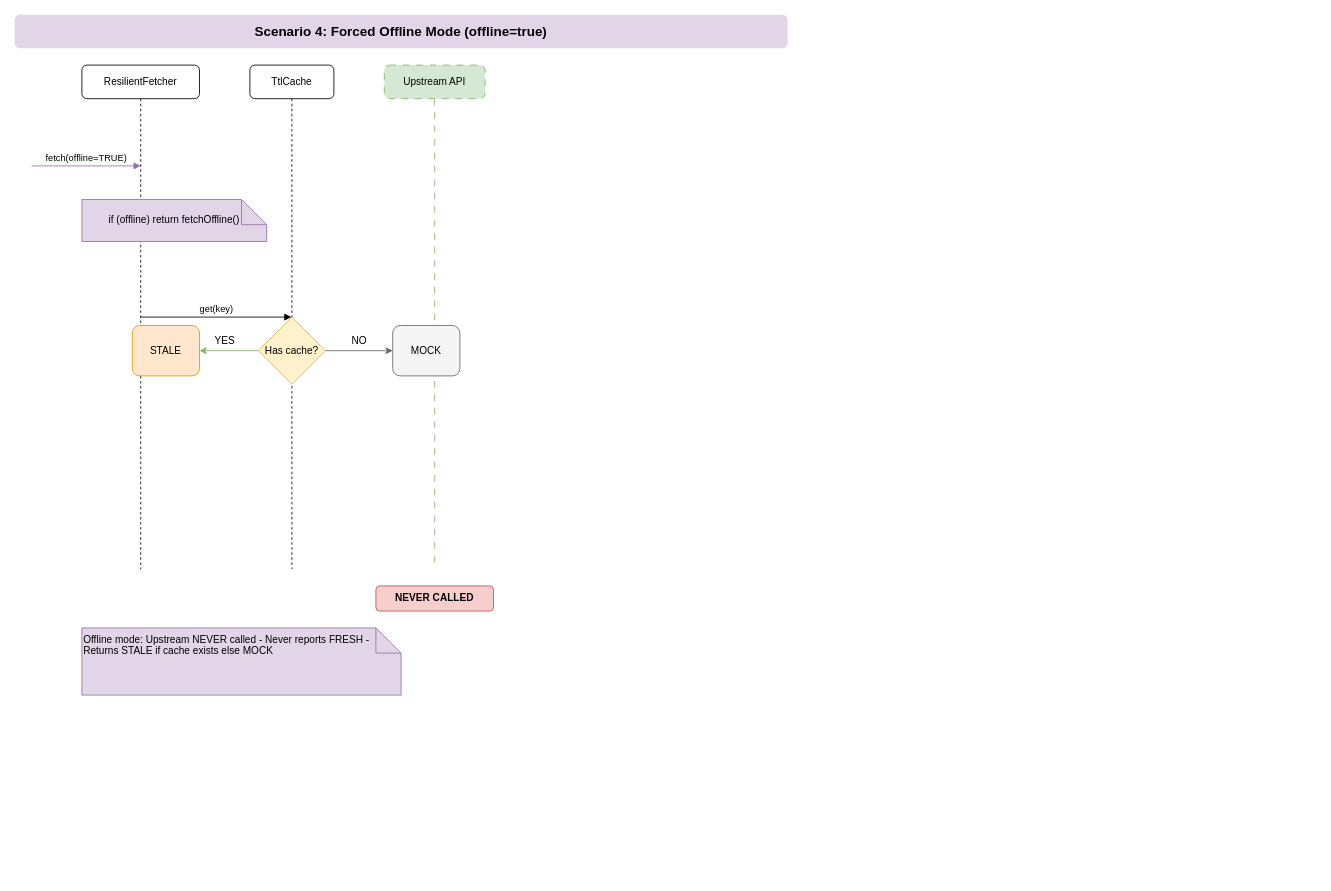
utk-mishra/Iss-tracker keeps this draw.io diagram as page "4-Upstream-Fails-MOCK" (4 of 6) of docs/sequence.drawio. Above is the earlier version. Source tidied: cells renumbered, new cells numbered last; positions are measured from the earlier drawing's top-left corner, leaving out a move shared by most shapes. Both pictures are drawn from the tidied source at 84%, with x=0, y=0 at pixel (14, 14).
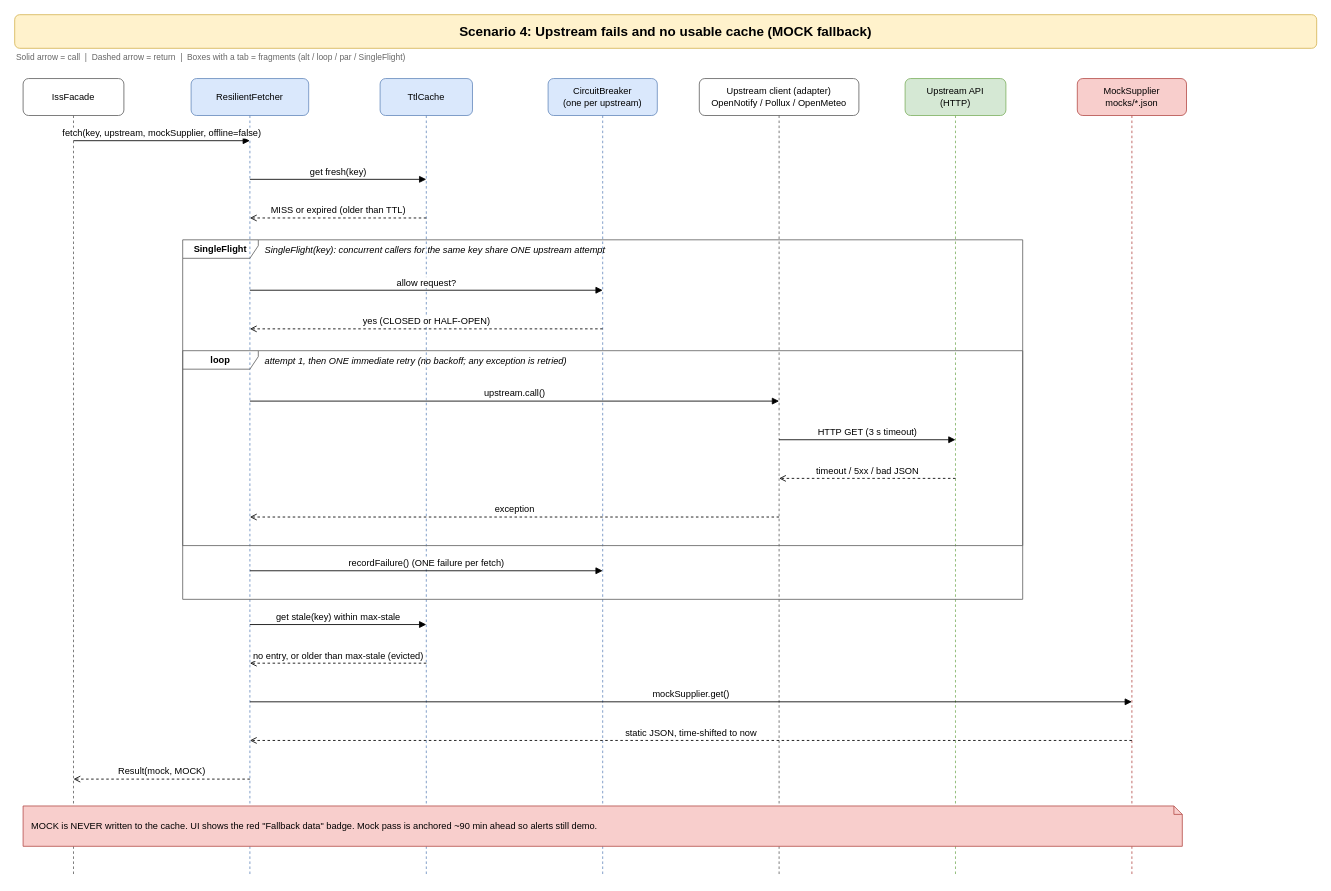
The same diagram, later.

What changed in the source:
```diff
@@
-    <mxCell id="2" value="Scenario 4: Forced Offline Mode (offline=true)" style="text;html=1;strokeColor=none;fillColor=#e1d5e7;align=center;verticalAlign=middle;whiteSpace=wrap;rounded=1;fontSize=16;fontStyle=1;" parent="1" vertex="1">
-      <mxGeometry width="920" height="40" as="geometry" />
-    </mxCell>
+    <mxCell id="18" value="Scenario 4: Upstream fails and no usable cache (MOCK fallback)" style="text;html=1;strokeColor=#d6b656;fillColor=#fff2cc;align=center;verticalAlign=middle;whiteSpace=wrap;rounded=1;fontSize=16;fontStyle=1;" parent="1" vertex="1">
+      <mxGeometry width="1550" height="40" as="geometry" />
+    </mxCell>
+    <mxCell id="19" value="Solid arrow = call &amp;nbsp;|&amp;nbsp; Dashed arrow = return &amp;nbsp;|&amp;nbsp; Boxes with a tab = fragments (alt / loop / par / SingleFlight)" style="text;html=1;align=left;verticalAlign=middle;fontSize=10;fontColor=#666666;" parent="1" vertex="1">
+      <mxGeometry y="42" width="1550" height="18" as="geometry" />
+    </mxCell>
+    <mxCell id="20" value="IssFacade" style="shape=umlLifeline;perimeter=lifelinePerimeter;whiteSpace=wrap;html=1;rounded=1;fontSize=11;size=44;fillColor=#ffffff;strokeColor=#666666;" parent="1" vertex="1">
+      <mxGeometry x="10" y="76" width="120" height="950" as="geometry" />
+    </mxCell>
-    <mxCell id="3" value="ResilientFetcher" style="shape=umlLifeline;perimeter=lifelinePerimeter;whiteSpace=wrap;html=1;outlineConnect=0;rounded=1;" parent="1" vertex="1">
-      <mxGeometry x="80" y="60" width="140" height="600" as="geometry" />
+    <mxCell id="3" value="ResilientFetcher" style="shape=umlLifeline;perimeter=lifelinePerimeter;whiteSpace=wrap;html=1;outlineConnect=0;rounded=1;fontSize=11;size=44;fillColor=#dae8fc;strokeColor=#6c8ebf;" parent="1" vertex="1">
+      <mxGeometry x="210" y="76" width="140" height="950" as="geometry" />
     </mxCell>
-    <mxCell id="4" value="TtlCache" style="shape=umlLifeline;perimeter=lifelinePerimeter;whiteSpace=wrap;html=1;outlineConnect=0;rounded=1;" parent="1" vertex="1">
-      <mxGeometry x="280" y="60" width="100" height="600" as="geometry" />
+    <mxCell id="4" value="TtlCache" style="shape=umlLifeline;perimeter=lifelinePerimeter;whiteSpace=wrap;html=1;outlineConnect=0;rounded=1;fontSize=11;size=44;fillColor=#dae8fc;strokeColor=#6c8ebf;" parent="1" vertex="1">
+      <mxGeometry x="435" y="76" width="110" height="950" as="geometry" />
     </mxCell>
-    <mxCell id="5" value="Upstream API" style="shape=umlLifeline;perimeter=lifelinePerimeter;whiteSpace=wrap;html=1;rounded=1;fillColor=#d5e8d4;strokeColor=#82b366;dashed=1;dashPattern=8 8;" parent="1" vertex="1">
-      <mxGeometry x="440" y="60" width="120" height="600" as="geometry" />
-    </mxCell>
-    <mxCell id="6" value="NEVER CALLED" style="text;html=1;strokeColor=#b85450;fillColor=#f8cecc;align=center;verticalAlign=middle;whiteSpace=wrap;rounded=1;fontStyle=1;" parent="1" vertex="1">
-      <mxGeometry x="430" y="680" width="140" height="30" as="geometry" />
-    </mxCell>
-    <mxCell id="7" value="fetch(offline=TRUE)" style="html=1;verticalAlign=bottom;endArrow=block;rounded=0;strokeColor=#9673a6;" parent="1" edge="1">
-      <mxGeometry relative="1" as="geometry">
-        <mxPoint x="20" y="180" as="sourcePoint" />
-        <mxPoint x="150" y="180" as="targetPoint" />
-      </mxGeometry>
-    </mxCell>
-    <mxCell id="8" value="if (offline) return fetchOffline()" style="shape=note;whiteSpace=wrap;html=1;backgroundOutline=1;fillColor=#e1d5e7;strokeColor=#9673a6;align=center;verticalAlign=middle;" parent="1" vertex="1">
-      <mxGeometry x="80" y="220" width="220" height="50" as="geometry" />
-    </mxCell>
-    <mxCell id="9" value="get(key)" style="html=1;verticalAlign=bottom;endArrow=block;rounded=0;" parent="1" edge="1" source="3" target="4">
-      <mxGeometry relative="1" as="geometry" />
-    </mxCell>
-    <mxCell id="10" value="Has cache?" style="rhombus;whiteSpace=wrap;html=1;fillColor=#fff2cc;strokeColor=#d6b656;" parent="1" vertex="1">
-      <mxGeometry x="290" y="360" width="80" height="80" as="geometry" />
-    </mxCell>
-    <mxCell id="11" style="endArrow=classic;html=1;strokeColor=#82b366;" parent="1" edge="1">
-      <mxGeometry relative="1" as="geometry">
-        <mxPoint x="290" y="400" as="sourcePoint" />
-        <mxPoint x="220" y="400" as="targetPoint" />
-      </mxGeometry>
-    </mxCell>
-    <mxCell id="12" value="YES" style="text;html=1;align=center;" parent="1" vertex="1">
-      <mxGeometry x="230" y="375" width="40" height="20" as="geometry" />
-    </mxCell>
-    <mxCell id="13" value="STALE" style="rounded=1;whiteSpace=wrap;html=1;fillColor=#ffe6cc;strokeColor=#d79b00;" parent="1" vertex="1">
-      <mxGeometry x="140" y="370" width="80" height="60" as="geometry" />
-    </mxCell>
-    <mxCell id="14" style="endArrow=classic;html=1;strokeColor=#666666;" parent="1" edge="1">
-      <mxGeometry relative="1" as="geometry">
-        <mxPoint x="370" y="400" as="sourcePoint" />
-        <mxPoint x="450" y="400" as="targetPoint" />
-      </mxGeometry>
-    </mxCell>
-    <mxCell id="15" value="NO" style="text;html=1;align=center;" parent="1" vertex="1">
-      <mxGeometry x="390" y="375" width="40" height="20" as="geometry" />
-    </mxCell>
-    <mxCell id="16" value="MOCK" style="rounded=1;whiteSpace=wrap;html=1;fillColor=#f5f5f5;strokeColor=#666666;" parent="1" vertex="1">
-      <mxGeometry x="450" y="370" width="80" height="60" as="geometry" />
-    </mxCell>
-    <mxCell id="17" value="Offline mode: Upstream NEVER called - Never reports FRESH - Returns STALE if cache exists else MOCK" style="shape=note;whiteSpace=wrap;html=1;backgroundOutline=1;fillColor=#e1d5e7;strokeColor=#9673a6;align=left;verticalAlign=top;" parent="1" vertex="1">
-      <mxGeometry x="80" y="730" width="380" height="80" as="geometry" />
-    </mxCell>
+    <mxCell id="21" value="CircuitBreaker&lt;br&gt;(one per upstream)" style="shape=umlLifeline;perimeter=lifelinePerimeter;whiteSpace=wrap;html=1;rounded=1;fontSize=11;size=44;fillColor=#dae8fc;strokeColor=#6c8ebf;" parent="1" vertex="1">
+      <mxGeometry x="635" y="76" width="130" height="950" as="geometry" />
+    </mxCell>
+    <mxCell id="22" value="Upstream client (adapter)&lt;br&gt;OpenNotify / Pollux / OpenMeteo" style="shape=umlLifeline;perimeter=lifelinePerimeter;whiteSpace=wrap;html=1;rounded=1;fontSize=11;size=44;fillColor=#ffffff;strokeColor=#666666;" parent="1" vertex="1">
+      <mxGeometry x="815" y="76" width="190" height="950" as="geometry" />
+    </mxCell>
+    <mxCell id="23" value="Upstream API&lt;br&gt;(HTTP)" style="shape=umlLifeline;perimeter=lifelinePerimeter;whiteSpace=wrap;html=1;rounded=1;fontSize=11;size=44;fillColor=#d5e8d4;strokeColor=#82b366;" parent="1" vertex="1">
+      <mxGeometry x="1060" y="76" width="120" height="950" as="geometry" />
+    </mxCell>
+    <mxCell id="24" value="MockSupplier&lt;br&gt;mocks/*.json" style="shape=umlLifeline;perimeter=lifelinePerimeter;whiteSpace=wrap;html=1;rounded=1;fontSize=11;size=44;fillColor=#f8cecc;strokeColor=#b85450;" parent="1" vertex="1">
+      <mxGeometry x="1265" y="76" width="130" height="950" as="geometry" />
+    </mxCell>
+    <mxCell id="25" value="loop" style="shape=umlFrame;whiteSpace=wrap;html=1;width=90;height=22;fontStyle=1;fontSize=11;fillColor=none;strokeColor=#666666;" parent="1" vertex="1">
+      <mxGeometry x="200" y="400" width="1000" height="232" as="geometry" />
+    </mxCell>
+    <mxCell id="26" value="attempt 1, then ONE immediate retry (no backoff; any exception is retried)" style="text;html=1;align=left;verticalAlign=middle;fontSize=11;fontStyle=2;" parent="1" vertex="1">
+      <mxGeometry x="296" y="402" width="900" height="20" as="geometry" />
+    </mxCell>
+    <mxCell id="27" value="SingleFlight" style="shape=umlFrame;whiteSpace=wrap;html=1;width=90;height=22;fontStyle=1;fontSize=11;fillColor=none;strokeColor=#666666;" parent="1" vertex="1">
+      <mxGeometry x="200" y="268" width="1000" height="428" as="geometry" />
+    </mxCell>
+    <mxCell id="28" value="SingleFlight(key): concurrent callers for the same key share ONE upstream attempt" style="text;html=1;align=left;verticalAlign=middle;fontSize=11;fontStyle=2;" parent="1" vertex="1">
+      <mxGeometry x="296" y="270" width="900" height="20" as="geometry" />
+    </mxCell>
+    <mxCell id="29" value="fetch(key, upstream, mockSupplier, offline=false)" style="html=1;verticalAlign=bottom;rounded=0;fontSize=11;endArrow=block;endFill=1;" parent="1" edge="1">
+      <mxGeometry relative="1" as="geometry">
+        <mxPoint x="70" y="150" as="sourcePoint" />
+        <mxPoint x="280" y="150" as="targetPoint" />
+      </mxGeometry>
+    </mxCell>
+    <mxCell id="30" value="get fresh(key)" style="html=1;verticalAlign=bottom;rounded=0;fontSize=11;endArrow=block;endFill=1;" parent="1" edge="1">
+      <mxGeometry relative="1" as="geometry">
+        <mxPoint x="280" y="196" as="sourcePoint" />
+        <mxPoint x="490" y="196" as="targetPoint" />
+      </mxGeometry>
+    </mxCell>
+    <mxCell id="31" value="MISS or expired (older than TTL)" style="html=1;verticalAlign=bottom;rounded=0;fontSize=11;endArrow=open;endFill=0;dashed=1;" parent="1" edge="1">
+      <mxGeometry relative="1" as="geometry">
+        <mxPoint x="490" y="242" as="sourcePoint" />
+        <mxPoint x="280" y="242" as="targetPoint" />
+      </mxGeometry>
+    </mxCell>
+    <mxCell id="32" value="allow request?" style="html=1;verticalAlign=bottom;rounded=0;fontSize=11;endArrow=block;endFill=1;" parent="1" edge="1">
+      <mxGeometry relative="1" as="geometry">
+        <mxPoint x="280" y="328" as="sourcePoint" />
+        <mxPoint x="700" y="328" as="targetPoint" />
+      </mxGeometry>
+    </mxCell>
+    <mxCell id="33" value="yes (CLOSED or HALF-OPEN)" style="html=1;verticalAlign=bottom;rounded=0;fontSize=11;endArrow=open;endFill=0;dashed=1;" parent="1" edge="1">
+      <mxGeometry relative="1" as="geometry">
+        <mxPoint x="700" y="374" as="sourcePoint" />
+        <mxPoint x="280" y="374" as="targetPoint" />
+      </mxGeometry>
+    </mxCell>
+    <mxCell id="34" value="upstream.call()" style="html=1;verticalAlign=bottom;rounded=0;fontSize=11;endArrow=block;endFill=1;" parent="1" edge="1">
+      <mxGeometry relative="1" as="geometry">
+        <mxPoint x="280" y="460" as="sourcePoint" />
+        <mxPoint x="910" y="460" as="targetPoint" />
+      </mxGeometry>
+    </mxCell>
+    <mxCell id="35" value="HTTP GET (3 s timeout)" style="html=1;verticalAlign=bottom;rounded=0;fontSize=11;endArrow=block;endFill=1;" parent="1" edge="1">
+      <mxGeometry relative="1" as="geometry">
+        <mxPoint x="910" y="506" as="sourcePoint" />
+        <mxPoint x="1120" y="506" as="targetPoint" />
+      </mxGeometry>
+    </mxCell>
+    <mxCell id="36" value="timeout / 5xx / bad JSON" style="html=1;verticalAlign=bottom;rounded=0;fontSize=11;endArrow=open;endFill=0;dashed=1;" parent="1" edge="1">
+      <mxGeometry relative="1" as="geometry">
+        <mxPoint x="1120" y="552" as="sourcePoint" />
+        <mxPoint x="910" y="552" as="targetPoint" />
+      </mxGeometry>
+    </mxCell>
+    <mxCell id="37" value="exception" style="html=1;verticalAlign=bottom;rounded=0;fontSize=11;endArrow=open;endFill=0;dashed=1;" parent="1" edge="1">
+      <mxGeometry relative="1" as="geometry">
+        <mxPoint x="910" y="598" as="sourcePoint" />
+        <mxPoint x="280" y="598" as="targetPoint" />
+      </mxGeometry>
+    </mxCell>
+    <mxCell id="38" value="recordFailure() (ONE failure per fetch)" style="html=1;verticalAlign=bottom;rounded=0;fontSize=11;endArrow=block;endFill=1;" parent="1" edge="1">
+      <mxGeometry relative="1" as="geometry">
+        <mxPoint x="280" y="662" as="sourcePoint" />
+        <mxPoint x="700" y="662" as="targetPoint" />
+      </mxGeometry>
+    </mxCell>
+    <mxCell id="39" value="get stale(key) within max-stale" style="html=1;verticalAlign=bottom;rounded=0;fontSize=11;endArrow=block;endFill=1;" parent="1" edge="1">
+      <mxGeometry relative="1" as="geometry">
+        <mxPoint x="280" y="726" as="sourcePoint" />
+        <mxPoint x="490" y="726" as="targetPoint" />
+      </mxGeometry>
+    </mxCell>
+    <mxCell id="40" value="no entry, or older than max-stale (evicted)" style="html=1;verticalAlign=bottom;rounded=0;fontSize=11;endArrow=open;endFill=0;dashed=1;" parent="1" edge="1">
+      <mxGeometry relative="1" as="geometry">
+        <mxPoint x="490" y="772" as="sourcePoint" />
+        <mxPoint x="280" y="772" as="targetPoint" />
+      </mxGeometry>
+    </mxCell>
+    <mxCell id="41" value="mockSupplier.get()" style="html=1;verticalAlign=bottom;rounded=0;fontSize=11;endArrow=block;endFill=1;" parent="1" edge="1">
+      <mxGeometry relative="1" as="geometry">
+        <mxPoint x="280" y="818" as="sourcePoint" />
+        <mxPoint x="1330" y="818" as="targetPoint" />
+      </mxGeometry>
+    </mxCell>
+    <mxCell id="42" value="static JSON, time-shifted to now" style="html=1;verticalAlign=bottom;rounded=0;fontSize=11;endArrow=open;endFill=0;dashed=1;" parent="1" edge="1">
+      <mxGeometry relative="1" as="geometry">
+        <mxPoint x="1330" y="864" as="sourcePoint" />
+        <mxPoint x="280" y="864" as="targetPoint" />
+      </mxGeometry>
+    </mxCell>
+    <mxCell id="43" value="Result(mock, MOCK)" style="html=1;verticalAlign=bottom;rounded=0;fontSize=11;endArrow=open;endFill=0;dashed=1;" parent="1" edge="1">
+      <mxGeometry relative="1" as="geometry">
+        <mxPoint x="280" y="910" as="sourcePoint" />
+        <mxPoint x="70" y="910" as="targetPoint" />
+      </mxGeometry>
+    </mxCell>
+    <mxCell id="44" value="MOCK is NEVER written to the cache. UI shows the red &quot;Fallback data&quot; badge. Mock pass is anchored ~90 min ahead so alerts still demo." style="shape=note;size=10;whiteSpace=wrap;html=1;align=left;verticalAlign=middle;spacingLeft=8;spacingRight=6;fontSize=11;fillColor=#f8cecc;strokeColor=#b85450;" parent="1" vertex="1">
+      <mxGeometry x="10" y="942" width="1380" height="48" as="geometry" />
+    </mxCell>
```
